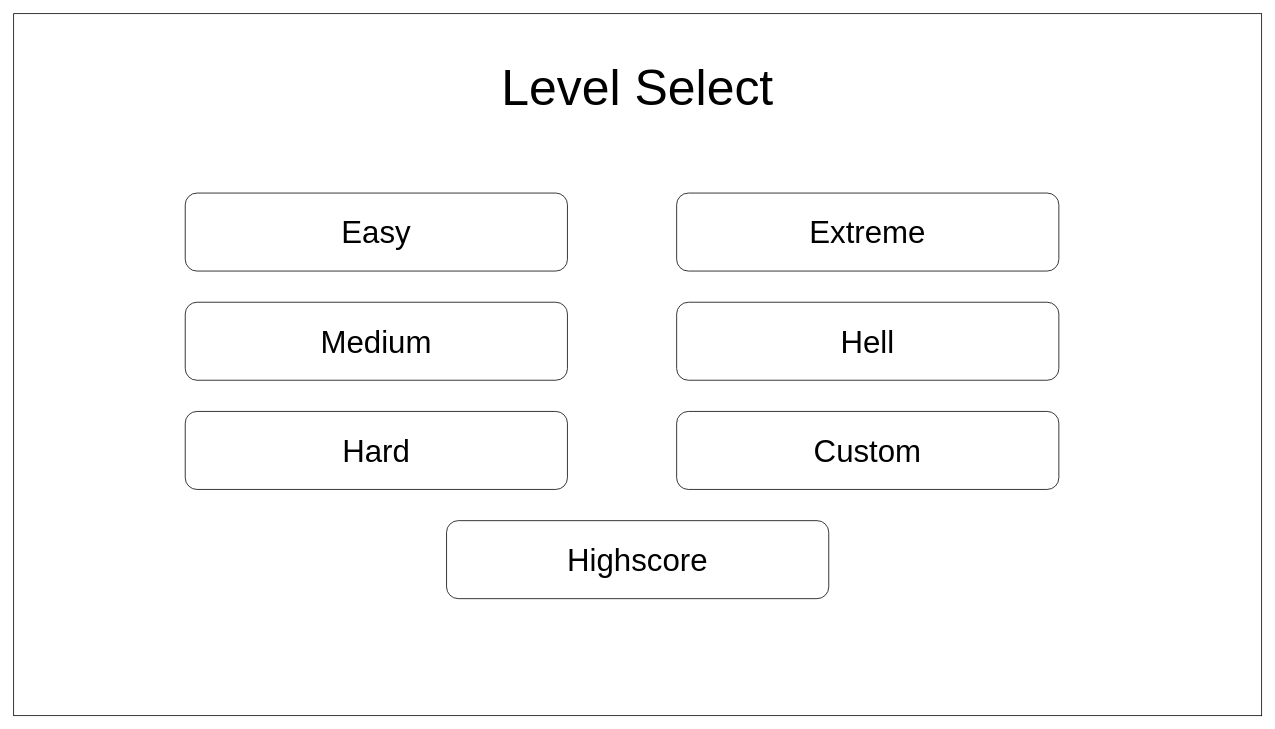
Before: page "Level Select" (3 of 5) of diagram.drawio in tanjinhung/Nonogram, a draw.io diagram. Source tidied: cells renumbered, new cells numbered last; positions are measured from the earlier drawing's top-left corner, leaving out a move shared by most shapes. Both pictures are drawn from the tidied source at 78%, with x=0, y=0 at pixel (13, 13).
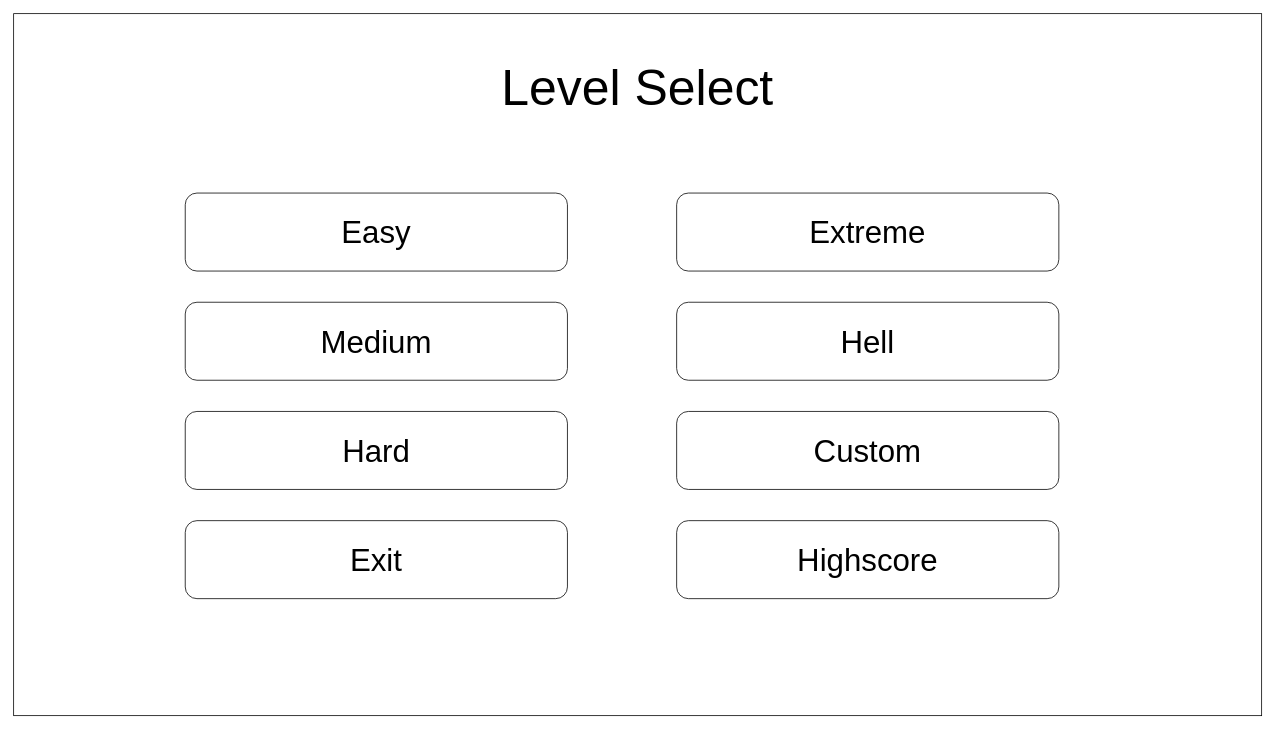
After the change.

Change to the diagram source:
```diff
@@
 <mxGraphModel>
   <root>
     <mxCell id="0" />
     <mxCell id="1" parent="0" />
     <mxCell id="2" style="rounded=0;whiteSpace=wrap;html=1;" parent="1" vertex="1">
       <mxGeometry width="1600" height="900" as="geometry" />
     </mxCell>
     <mxCell id="3" value="Level Select" style="text;html=1;strokeColor=none;fillColor=none;align=center;verticalAlign=middle;whiteSpace=wrap;rounded=0;fontSize=64;" parent="1" vertex="1">
       <mxGeometry x="620" y="50" width="360" height="90" as="geometry" />
     </mxCell>
     <mxCell id="4" value="Easy" style="rounded=1;whiteSpace=wrap;html=1;labelBackgroundColor=none;strokeColor=default;fontFamily=Helvetica;fontSize=40;fontColor=default;fillColor=default;" parent="1" vertex="1">
       <mxGeometry x="220" y="230" width="490" height="100" as="geometry" />
     </mxCell>
     <mxCell id="5" value="Highscore" style="rounded=1;whiteSpace=wrap;html=1;labelBackgroundColor=none;strokeColor=default;fontFamily=Helvetica;fontSize=40;fontColor=default;fillColor=default;" parent="1" vertex="1">
-      <mxGeometry x="555" y="650" width="490" height="100" as="geometry" />
+      <mxGeometry x="850" y="650" width="490" height="100" as="geometry" />
     </mxCell>
     <mxCell id="6" value="Custom" style="rounded=1;whiteSpace=wrap;html=1;labelBackgroundColor=none;strokeColor=default;fontFamily=Helvetica;fontSize=40;fontColor=default;fillColor=default;" parent="1" vertex="1">
       <mxGeometry x="850" y="510" width="490" height="100" as="geometry" />
     </mxCell>
     <mxCell id="7" value="Medium" style="rounded=1;whiteSpace=wrap;html=1;labelBackgroundColor=none;strokeColor=default;fontFamily=Helvetica;fontSize=40;fontColor=default;fillColor=default;" parent="1" vertex="1">
       <mxGeometry x="220" y="370" width="490" height="100" as="geometry" />
     </mxCell>
     <mxCell id="8" value="Hard" style="rounded=1;whiteSpace=wrap;html=1;labelBackgroundColor=none;strokeColor=default;fontFamily=Helvetica;fontSize=40;fontColor=default;fillColor=default;" parent="1" vertex="1">
       <mxGeometry x="220" y="510" width="490" height="100" as="geometry" />
     </mxCell>
     <mxCell id="9" value="Extreme" style="rounded=1;whiteSpace=wrap;html=1;labelBackgroundColor=none;strokeColor=default;fontFamily=Helvetica;fontSize=40;fontColor=default;fillColor=default;" parent="1" vertex="1">
       <mxGeometry x="850" y="230" width="490" height="100" as="geometry" />
     </mxCell>
     <mxCell id="10" value="Hell" style="rounded=1;whiteSpace=wrap;html=1;labelBackgroundColor=none;strokeColor=default;fontFamily=Helvetica;fontSize=40;fontColor=default;fillColor=default;" parent="1" vertex="1">
       <mxGeometry x="850" y="370" width="490" height="100" as="geometry" />
     </mxCell>
+    <mxCell id="11" value="Exit" style="rounded=1;whiteSpace=wrap;html=1;labelBackgroundColor=none;strokeColor=default;fontFamily=Helvetica;fontSize=40;fontColor=default;fillColor=default;" parent="1" vertex="1">
+      <mxGeometry x="220" y="650" width="490" height="100" as="geometry" />
+    </mxCell>
   </root>
 </mxGraphModel>
```
